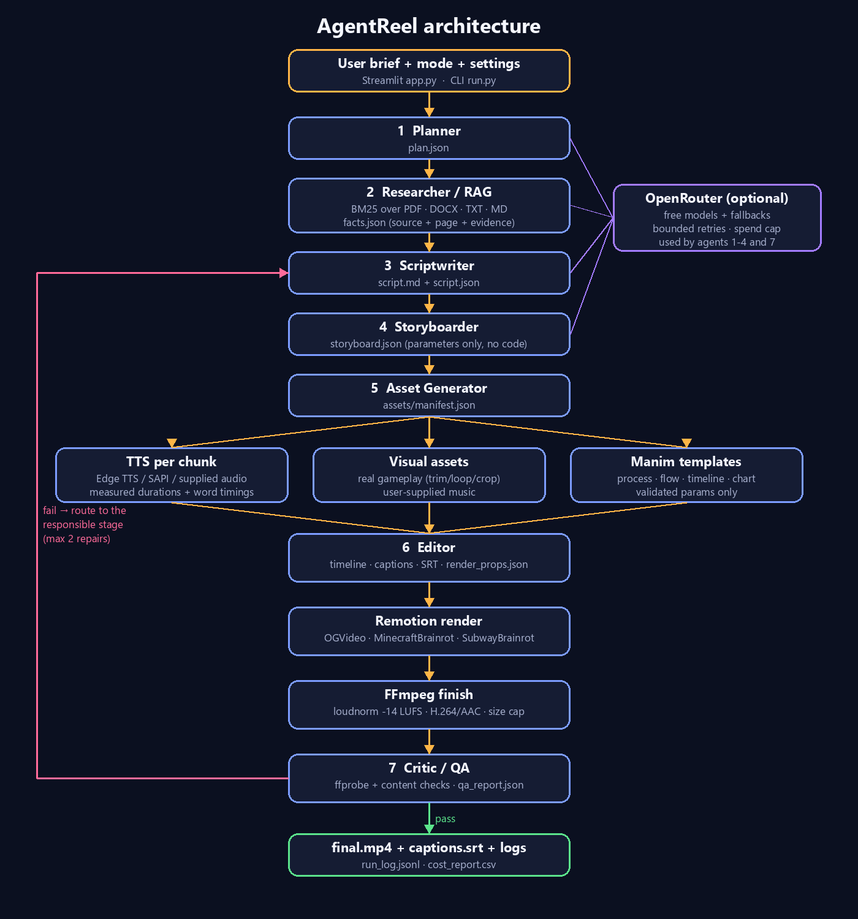
Above: docs/architecture.png in aniyow07/AgenticReel (Mermaid), before the change. Its source is kept beside it as docs/architecture.mmd.
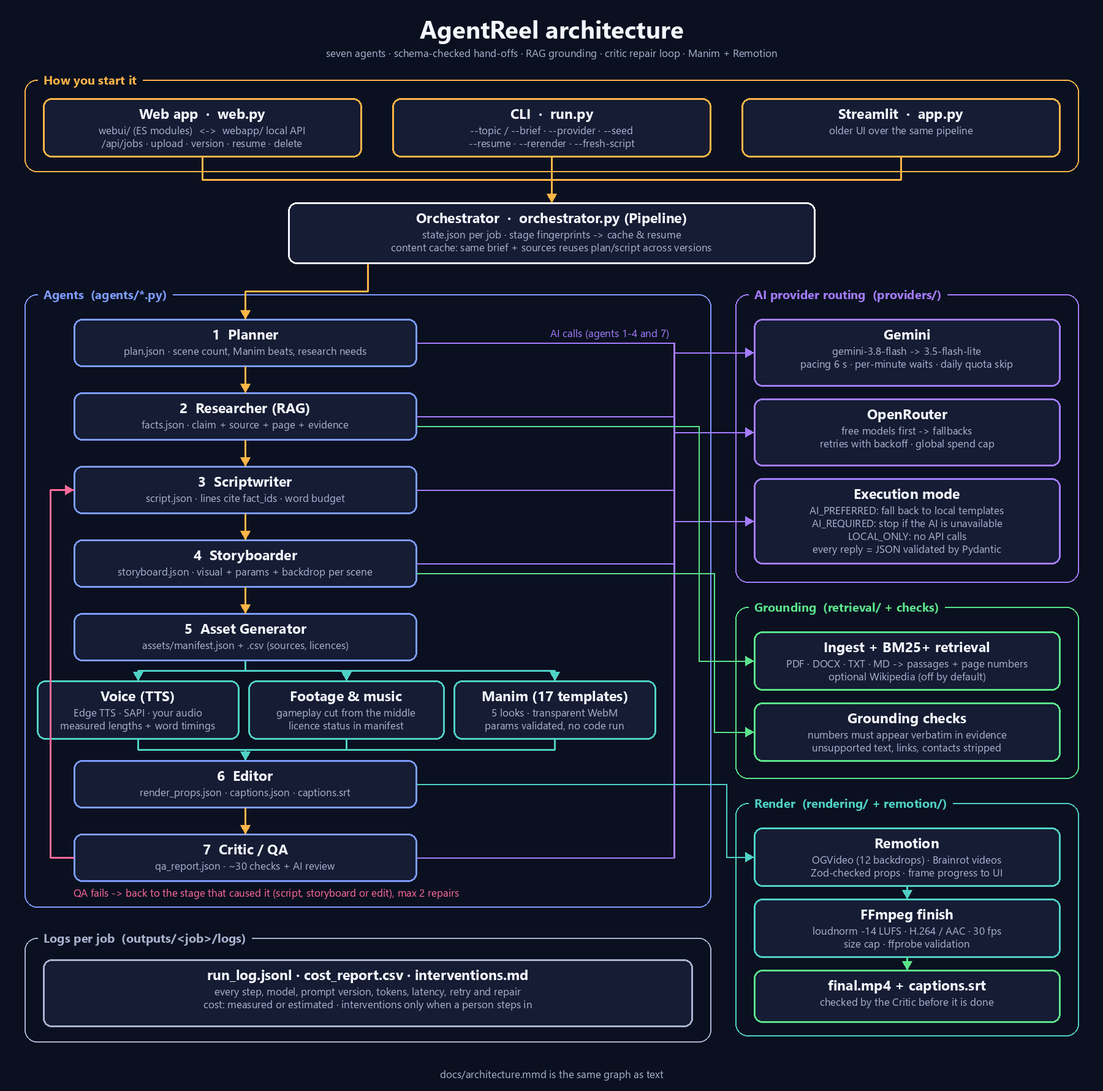
After the change.

Commit message:
New architecture diagram

The edit, as a diff of the source:
```diff
@@ -1,20 +1,52 @@
 flowchart TD
-    U[User brief + mode + settings<br/>Streamlit app.py / CLI run.py] --> P
-    subgraph Agents["Seven agents (agents/*.py) — orchestrated by orchestrator.py"]
-        P[1 Planner<br/>plan.json] --> R[2 Researcher / RAG<br/>BM25 over PDF/DOCX/TXT/MD<br/>facts.json]
-        R --> S[3 Scriptwriter<br/>script.md + script.json]
-        S --> B[4 Storyboarder<br/>storyboard.json]
-        B --> A[5 Asset Generator]
-        A --> TTS[TTS per chunk<br/>Edge TTS / Windows SAPI / supplied audio<br/>measured durations + word timings]
-        A --> VIS[Visual assets<br/>real gameplay (ffmpeg trim/loop/crop)<br/>music (user supplied)]
-        A --> MAN[Manim trusted templates<br/>process / flow / timeline / chart]
-        TTS --> E[6 Editor<br/>timeline, captions, SRT,<br/>render_props.json]
+    subgraph Start["How you start it"]
+        WEB["Web app: web.py<br/>webui/ (ES modules) + webapp/ local API"]
+        CLI["CLI: run.py<br/>--topic/--brief --provider --seed --resume --rerender --fresh-script"]
+        ST["Streamlit: app.py (older UI)"]
+    end
+    WEB --> O
+    CLI --> O
+    ST --> O
+    O["Orchestrator: orchestrator.py (Pipeline)<br/>state.json · stage fingerprints → cache & resume<br/>content cache reuses plan/script across versions"]
+
+    subgraph Agents["Agents (agents/*.py)"]
+        P["1 Planner<br/>plan.json"] --> R["2 Researcher (RAG)<br/>facts.json"]
+        R --> S["3 Scriptwriter<br/>script.json"]
+        S --> B["4 Storyboarder<br/>storyboard.json"]
+        B --> A["5 Asset Generator<br/>assets/manifest.json + .csv"]
+        A --> TTS["Voice (TTS)<br/>Edge TTS · SAPI · supplied audio<br/>measured lengths + word timings"]
+        A --> VIS["Footage & music<br/>gameplay cut from the middle"]
+        A --> MAN["Manim: 17 trusted templates · 5 looks<br/>validated params, transparent WebM"]
+        TTS --> E["6 Editor<br/>render_props.json · captions.srt"]
         VIS --> E
         MAN --> E
-        E --> RR[Remotion render<br/>OGVideo / MinecraftBrainrot / SubwayBrainrot]
-        RR --> FF[FFmpeg finish<br/>loudnorm -14 LUFS, H.264/AAC, size cap]
-        FF --> C[7 Critic / QA<br/>ffprobe + content checks<br/>qa_report.json]
+        E --> C["7 Critic / QA<br/>qa_report.json · ~30 checks + AI review"]
     end
-    C -- pass --> OUT[final.mp4 + captions.srt + logs + cost report]
-    C -- fail: route to stage, max 2 repairs --> S
-    LLM[(OpenRouter<br/>free models + fallbacks<br/>spend ceiling)] -. optional .-> P & R & S & B & C
+    O --> P
+    C -- "fail: route to the responsible stage (max 2 repairs)" --> S
+
+    subgraph Providers["AI provider routing (providers/)"]
+        GEM["Gemini<br/>3.8-flash → 3.5-flash-lite · pacing · quota skip"]
+        ORR["OpenRouter<br/>free models → fallbacks · spend cap"]
+        MODE["Execution mode<br/>AI_PREFERRED · AI_REQUIRED · LOCAL_ONLY<br/>replies validated by Pydantic"]
+    end
+    P -. AI .-> Providers
+    R -. AI .-> Providers
+    S -. AI .-> Providers
+    B -. AI .-> Providers
+    C -. AI review .-> Providers
+
+    subgraph Grounding["Grounding (retrieval/ + checks)"]
+        RAG["Ingest + BM25+ retrieval<br/>PDF · DOCX · TXT · MD, page numbers"]
+        GR["Grounding checks<br/>numbers verbatim · unsupported text/links/contacts stripped"]
+    end
+    R --> RAG
+    B --> GR
+
+    subgraph Render["Render (rendering/ + remotion/)"]
+        REM["Remotion<br/>OGVideo (12 backdrops) · Brainrot · Zod props"] --> FF["FFmpeg finish<br/>-14 LUFS · H.264/AAC · ffprobe"]
+        FF --> FIN["final.mp4 + captions.srt"]
+    end
+    E --> REM
+
+    LOGS["logs/: run_log.jsonl · cost_report.csv · interventions.md"]
```
